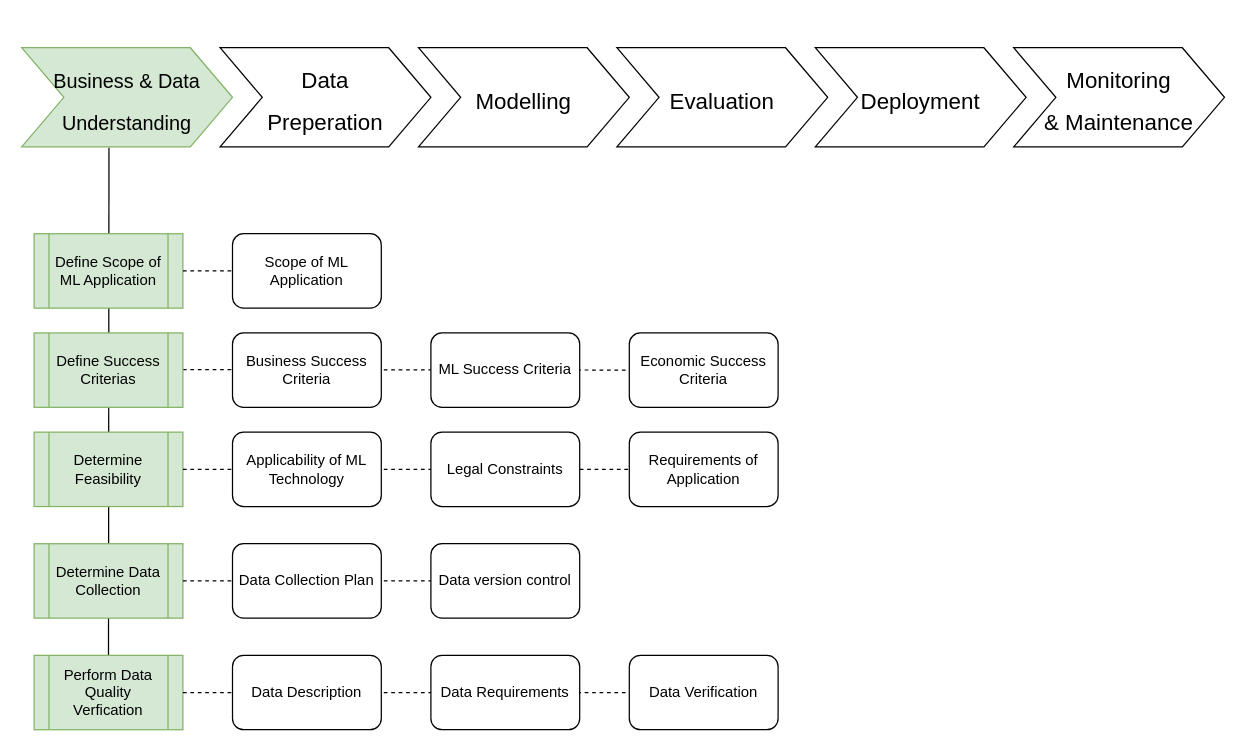
Before: page "Phase 1 (Business & Data Understanding)" (2 of 7) of drawings/CRISP_ML(Q)_Phases.drawio in dominik-pichler/CRISPy-Framework, a draw.io diagram. Source tidied: cells renumbered, new cells numbered last; positions are measured from the earlier drawing's top-left corner, leaving out a move shared by most shapes. Both pictures are drawn from the tidied source at 124%, with x=0, y=0 at pixel (21, 47).
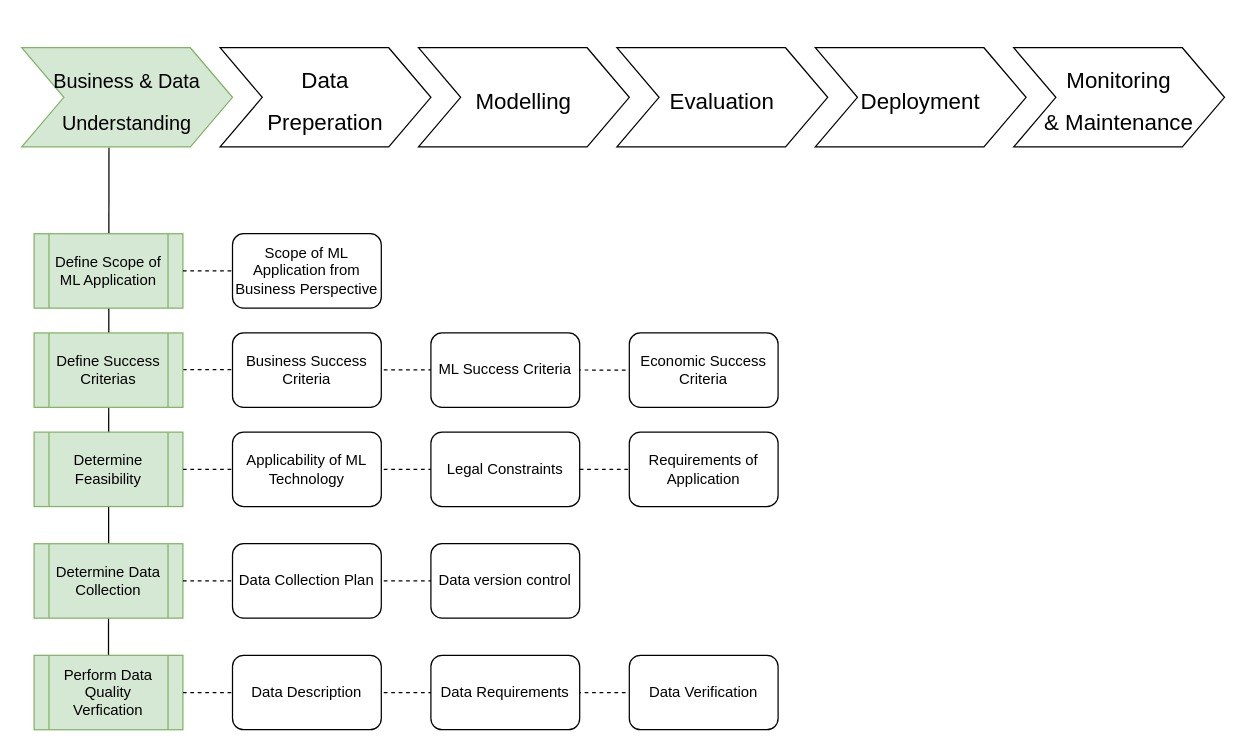
The same diagram, later.

Change to the diagram source:
```diff
@@
-    <mxCell id="19" value="Scope of ML Application" style="rounded=1;whiteSpace=wrap;html=1;" parent="1" vertex="1">
+    <mxCell id="19" value="Scope of ML Application from Business Perspective" style="rounded=1;whiteSpace=wrap;html=1;" parent="1" vertex="1">
       <mxGeometry x="170" y="150" width="120" height="60" as="geometry" />
     </mxCell>
```
